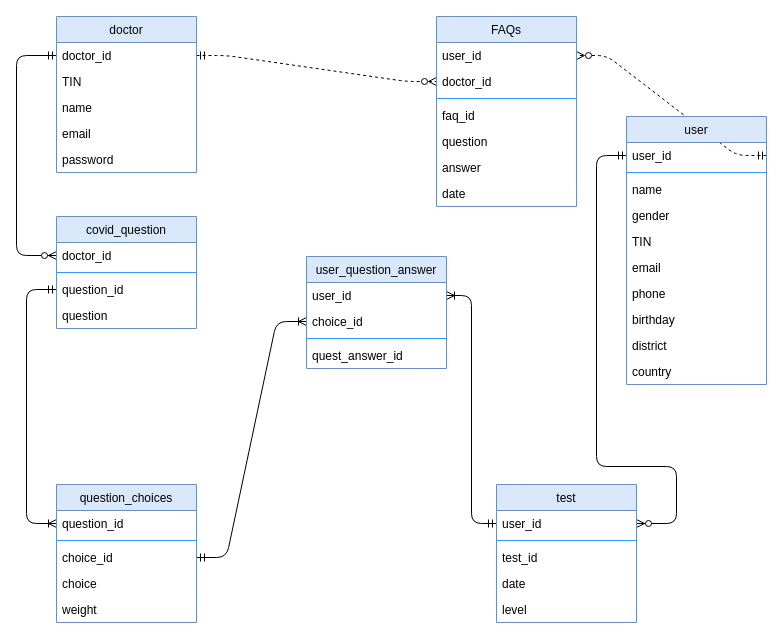
Above: documentation/ERDiagram.drawio in agostinhoramos/Testing_COVID_19 (draw.io), before the change. Source tidied: cells renumbered, new cells numbered last; positions are measured from the earlier drawing's top-left corner, leaving out a move shared by most shapes. Both pictures are drawn from the tidied source at 100%, with x=0, y=0 at pixel (16, 16).
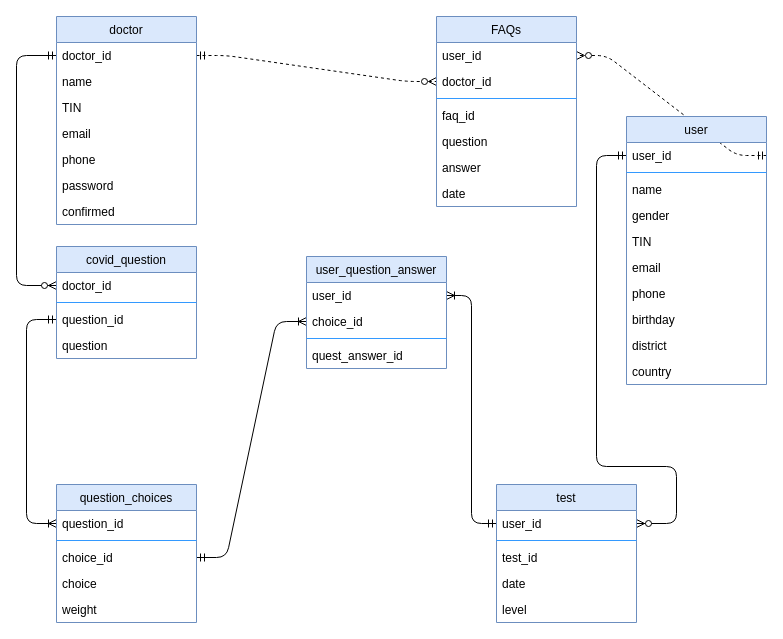
The same diagram, later.

Unchanged cells that the change refers to:
```xml
<mxCell id="10" value="question_id" style="text;strokeColor=none;fillColor=none;align=left;verticalAlign=top;spacingLeft=4;spacingRight=4;overflow=hidden;points=[[0,0.5],[1,0.5]];portConstraint=eastwest;" parent="9" vertex="1">
  <mxGeometry y="26" width="140" height="26" as="geometry" />
</mxCell>
<mxCell id="54" value="question_id" style="text;strokeColor=none;fillColor=none;align=left;verticalAlign=top;spacingLeft=4;spacingRight=4;overflow=hidden;points=[[0,0.5],[1,0.5]];portConstraint=eastwest;" parent="51" vertex="1">
  <mxGeometry y="60" width="140" height="26" as="geometry" />
</mxCell>
```

What changed in the source:
```diff
@@
     <mxCell id="7" style="edgeStyle=orthogonalEdgeStyle;fontSize=12;html=1;endArrow=ERmandOne;startArrow=ERoneToMany;entryX=0;entryY=0.5;entryDx=0;entryDy=0;exitX=0;exitY=0.5;exitDx=0;exitDy=0;startFill=0;endFill=0;" parent="1" edge="1" source="10" target="54">
       <mxGeometry relative="1" as="geometry">
         <Array as="points">
           <mxPoint x="10" y="507" />
-          <mxPoint x="10" y="273" />
+          <mxPoint x="10" y="303" />
         </Array>
       </mxGeometry>
     </mxCell>
@@
     <mxCell id="15" value="doctor" style="swimlane;fontStyle=0;horizontal=1;startSize=26;fillColor=#dae8fc;strokeColor=#6c8ebf;" parent="1" vertex="1">
-      <mxGeometry x="40" width="140" height="156" as="geometry" />
+      <mxGeometry x="40" width="140" height="208" as="geometry" />
     </mxCell>
@@
+    <mxCell id="18" value="name" style="text;strokeColor=none;fillColor=none;align=left;verticalAlign=top;spacingLeft=4;spacingRight=4;overflow=hidden;" parent="15" vertex="1">
+      <mxGeometry y="52" width="140" height="26" as="geometry" />
+    </mxCell>
     <mxCell id="17" value="TIN" style="text;strokeColor=none;fillColor=none;align=left;verticalAlign=top;spacingLeft=4;spacingRight=4;overflow=hidden;" parent="15" vertex="1">
-      <mxGeometry y="52" width="140" height="26" as="geometry" />
+      <mxGeometry y="78" width="140" height="26" as="geometry" />
     </mxCell>
-    <mxCell id="18" value="name" style="text;strokeColor=none;fillColor=none;align=left;verticalAlign=top;spacingLeft=4;spacingRight=4;overflow=hidden;" parent="15" vertex="1">
-      <mxGeometry y="78" width="140" height="26" as="geometry" />
-    </mxCell>
@@
+    <mxCell id="56" value="phone" style="text;strokeColor=none;fillColor=none;align=left;verticalAlign=top;spacingLeft=4;spacingRight=4;overflow=hidden;" parent="15" vertex="1">
+      <mxGeometry y="130" width="140" height="26" as="geometry" />
+    </mxCell>
     <mxCell id="20" value="password" style="text;strokeColor=none;fillColor=none;align=left;verticalAlign=top;spacingLeft=4;spacingRight=4;overflow=hidden;" parent="15" vertex="1">
-      <mxGeometry y="130" width="140" height="26" as="geometry" />
+      <mxGeometry y="156" width="140" height="26" as="geometry" />
     </mxCell>
+    <mxCell id="57" value="confirmed" style="text;strokeColor=none;fillColor=none;align=left;verticalAlign=top;spacingLeft=4;spacingRight=4;overflow=hidden;" parent="15" vertex="1">
+      <mxGeometry y="182" width="140" height="26" as="geometry" />
+    </mxCell>
@@
     <mxCell id="51" value="covid_question" style="swimlane;fontStyle=0;horizontal=1;startSize=26;fillColor=#dae8fc;strokeColor=#6c8ebf;" parent="1" vertex="1">
-      <mxGeometry x="40" y="200" width="140" height="112" as="geometry" />
+      <mxGeometry x="40" y="230" width="140" height="112" as="geometry" />
     </mxCell>
```
